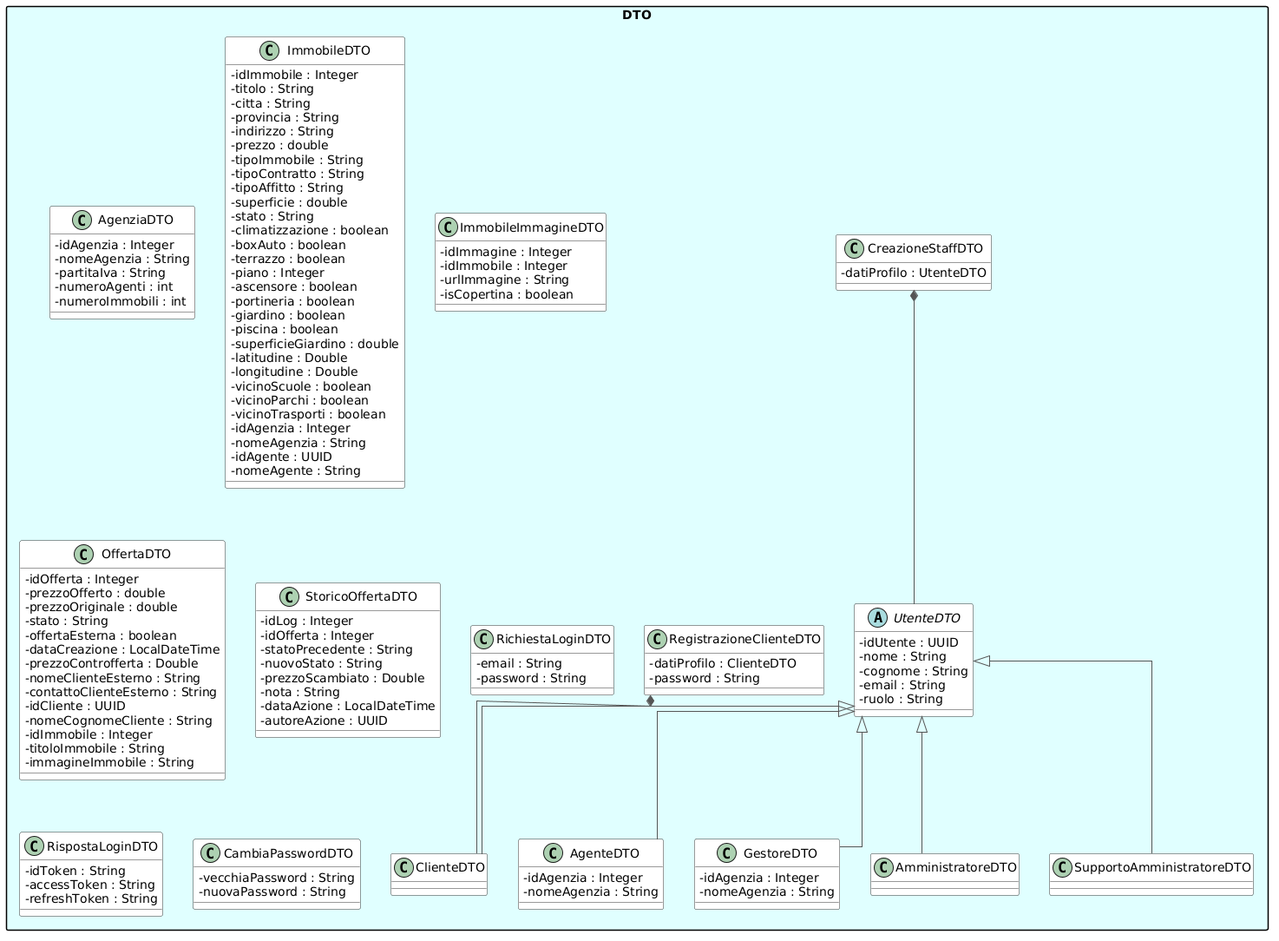
Earlier version of the PlantUML export UML/DTO.png (Frereri/ProgettoINGSW).
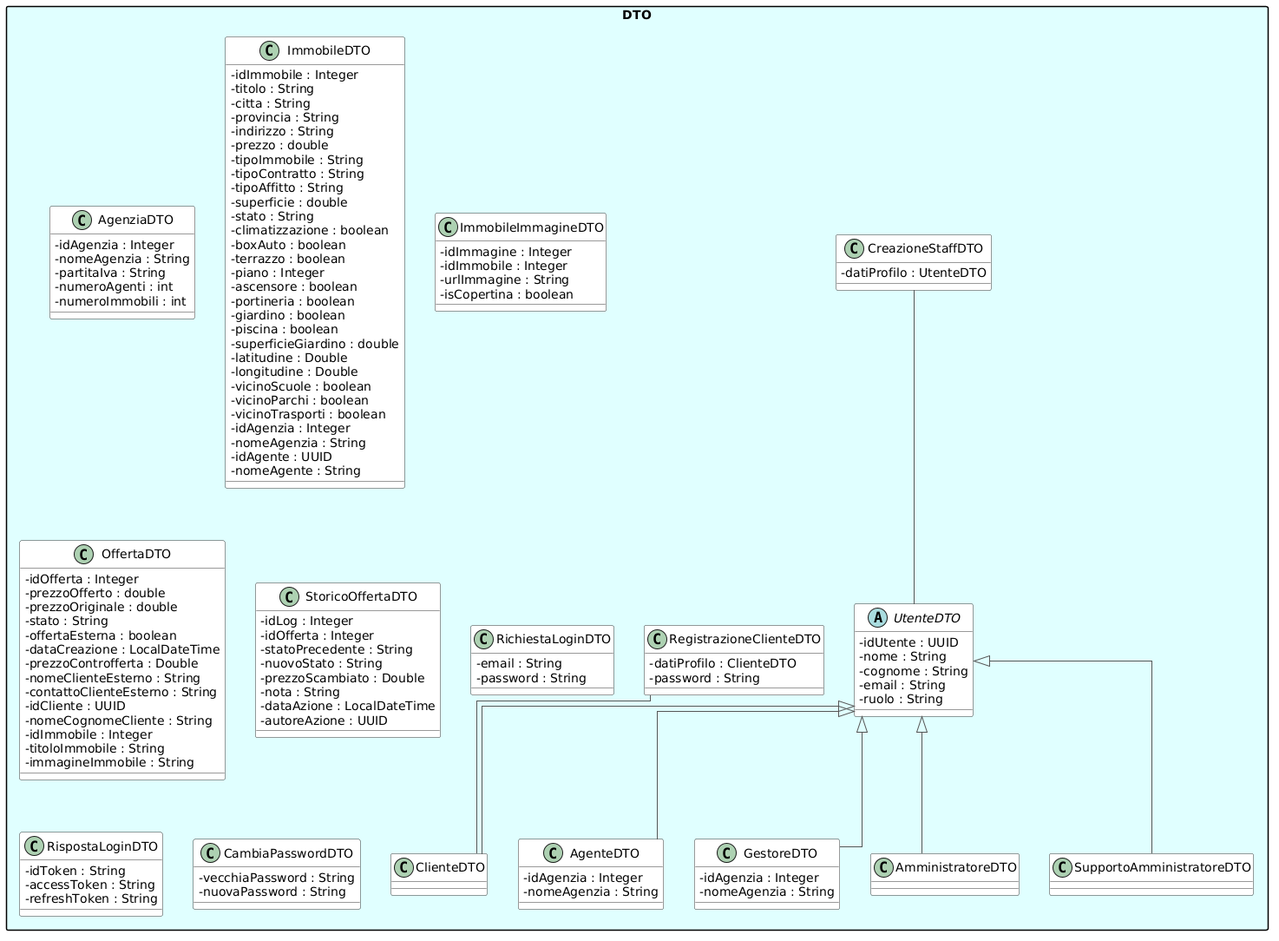
The same diagram one commit later.

The edit, as a diff of the source:
```diff
@@ -143,7 +143,7 @@
   UtenteDTO <|-- AmministratoreDTO
   UtenteDTO <|-- SupportoAmministratoreDTO
 
-  RegistrazioneClienteDTO *-- ClienteDTO
-  CreazioneStaffDTO *-- UtenteDTO
+  RegistrazioneClienteDTO -- ClienteDTO
+  CreazioneStaffDTO -- UtenteDTO
 }
 @enduml
```
